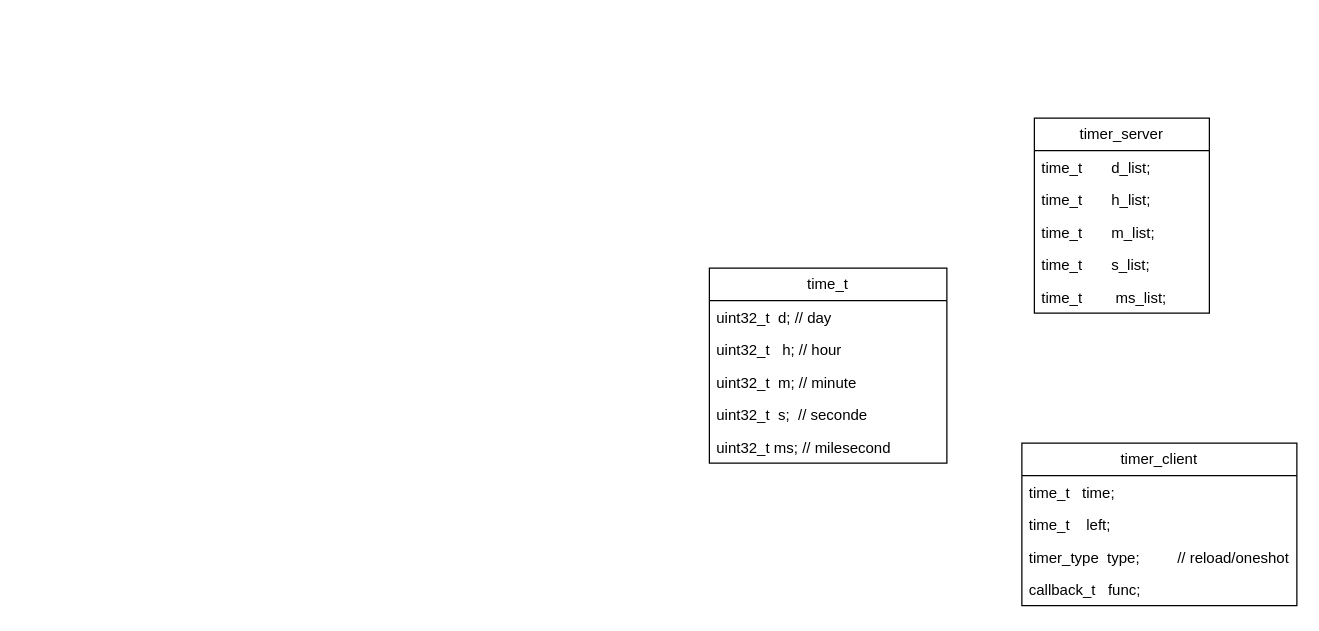
Above: timer_arch.drawio in singledo/drawio-repo (draw.io), before the change. Source tidied: cells renumbered, new cells numbered last; positions are measured from the earlier drawing's top-left corner, leaving out a move shared by most shapes. Both pictures are drawn from the tidied source at 125%, with x=0, y=0 at pixel (709, 118).
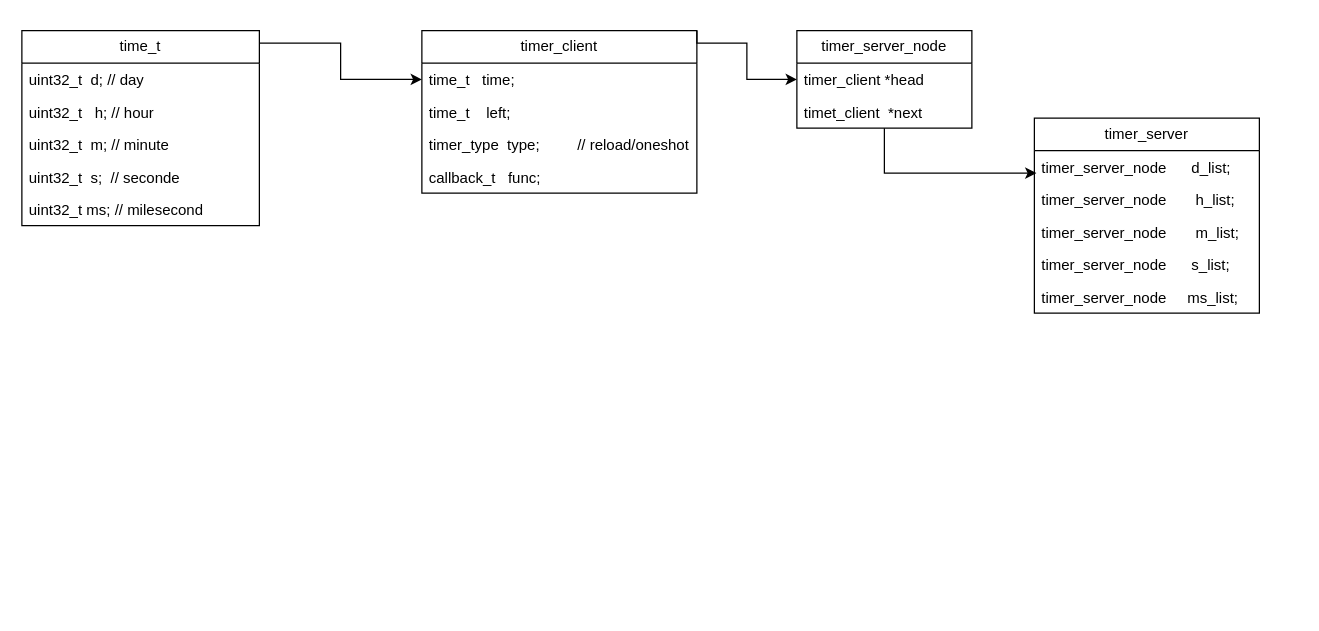
The same page after the edit.

The change refers to these unchanged cells:
```xml
<mxCell id="15" value="time_t&amp;nbsp; &amp;nbsp;time;" style="text;strokeColor=none;fillColor=none;align=left;verticalAlign=top;spacingLeft=4;spacingRight=4;overflow=hidden;points=[[0,0.5],[1,0.5]];portConstraint=eastwest;whiteSpace=wrap;html=1;" parent="14" vertex="1">
  <mxGeometry y="26" width="220" height="26" as="geometry" />
</mxCell>
```

The edit, as a diff of the source:
```diff
@@
+    <mxCell id="19" style="edgeStyle=orthogonalEdgeStyle;rounded=0;jettySize=auto;html=1;entryX=0;entryY=0.5;entryDx=0;entryDy=0;" parent="1" edge="1" source="2" target="15">
+      <mxGeometry relative="1" as="geometry">
+        <Array as="points">
+          <mxPoint x="-295" y="-60" />
+          <mxPoint x="-295" y="-31" />
+        </Array>
+      </mxGeometry>
+    </mxCell>
     <mxCell id="2" value="time_t" style="swimlane;fontStyle=0;horizontal=1;startSize=26;fillColor=none;whiteSpace=wrap;html=1;" parent="1" vertex="1">
-      <mxGeometry y="120" width="190" height="156" as="geometry" />
+      <mxGeometry x="-550" y="-70" width="190" height="156" as="geometry" />
     </mxCell>
@@
     <mxCell id="8" value="timer_server" style="swimlane;fontStyle=0;horizontal=1;startSize=26;fillColor=none;whiteSpace=wrap;html=1;" parent="1" vertex="1">
-      <mxGeometry x="260" width="140" height="156" as="geometry" />
+      <mxGeometry x="260" width="180" height="156" as="geometry" />
     </mxCell>
-    <mxCell id="9" value="time_t&amp;nbsp; &amp;nbsp; &amp;nbsp; &amp;nbsp;d_list;" style="text;strokeColor=none;fillColor=none;align=left;verticalAlign=top;spacingLeft=4;spacingRight=4;overflow=hidden;points=[[0,0.5],[1,0.5]];portConstraint=eastwest;whiteSpace=wrap;html=1;" parent="8" vertex="1">
-      <mxGeometry y="26" width="140" height="26" as="geometry" />
+    <mxCell id="9" value="&lt;span style=&quot;text-align: center;&quot;&gt;timer_server_node&lt;/span&gt;&amp;nbsp; &amp;nbsp; &amp;nbsp; d_list;" style="text;strokeColor=none;fillColor=none;align=left;verticalAlign=top;spacingLeft=4;spacingRight=4;overflow=hidden;points=[[0,0.5],[1,0.5]];portConstraint=eastwest;whiteSpace=wrap;html=1;" parent="8" vertex="1">
+      <mxGeometry y="26" width="180" height="26" as="geometry" />
     </mxCell>
-    <mxCell id="10" value="time_t&amp;nbsp; &amp;nbsp; &amp;nbsp; &amp;nbsp;h_list;" style="text;strokeColor=none;fillColor=none;align=left;verticalAlign=top;spacingLeft=4;spacingRight=4;overflow=hidden;whiteSpace=wrap;html=1;" parent="8" vertex="1">
-      <mxGeometry y="52" width="140" height="26" as="geometry" />
+    <mxCell id="10" value="&lt;span style=&quot;text-align: center;&quot;&gt;timer_server_node&lt;/span&gt;&amp;nbsp; &amp;nbsp; &amp;nbsp; &amp;nbsp;h_list;" style="text;strokeColor=none;fillColor=none;align=left;verticalAlign=top;spacingLeft=4;spacingRight=4;overflow=hidden;whiteSpace=wrap;html=1;" parent="8" vertex="1">
+      <mxGeometry y="52" width="180" height="26" as="geometry" />
     </mxCell>
-    <mxCell id="11" value="time_t&amp;nbsp; &amp;nbsp; &amp;nbsp; &amp;nbsp;m_list;" style="text;strokeColor=none;fillColor=none;align=left;verticalAlign=top;spacingLeft=4;spacingRight=4;overflow=hidden;whiteSpace=wrap;html=1;" parent="8" vertex="1">
-      <mxGeometry y="78" width="140" height="26" as="geometry" />
+    <mxCell id="11" value="&lt;span style=&quot;text-align: center;&quot;&gt;timer_server_node&lt;/span&gt;&amp;nbsp; &amp;nbsp; &amp;nbsp; &amp;nbsp;m_list;" style="text;strokeColor=none;fillColor=none;align=left;verticalAlign=top;spacingLeft=4;spacingRight=4;overflow=hidden;whiteSpace=wrap;html=1;" parent="8" vertex="1">
+      <mxGeometry y="78" width="180" height="26" as="geometry" />
     </mxCell>
-    <mxCell id="12" value="time_t&amp;nbsp; &amp;nbsp; &amp;nbsp; &amp;nbsp;s_list;" style="text;strokeColor=none;fillColor=none;align=left;verticalAlign=top;spacingLeft=4;spacingRight=4;overflow=hidden;whiteSpace=wrap;html=1;" parent="8" vertex="1">
-      <mxGeometry y="104" width="140" height="26" as="geometry" />
+    <mxCell id="12" value="&lt;span style=&quot;text-align: center;&quot;&gt;timer_server_node&lt;/span&gt;&amp;nbsp; &amp;nbsp; &amp;nbsp; s_list;" style="text;strokeColor=none;fillColor=none;align=left;verticalAlign=top;spacingLeft=4;spacingRight=4;overflow=hidden;whiteSpace=wrap;html=1;" parent="8" vertex="1">
+      <mxGeometry y="104" width="180" height="26" as="geometry" />
     </mxCell>
-    <mxCell id="13" value="time_t&amp;nbsp; &amp;nbsp; &amp;nbsp; &amp;nbsp; ms_list;" style="text;strokeColor=none;fillColor=none;align=left;verticalAlign=top;spacingLeft=4;spacingRight=4;overflow=hidden;whiteSpace=wrap;html=1;" parent="8" vertex="1">
-      <mxGeometry y="130" width="140" height="26" as="geometry" />
+    <mxCell id="13" value="&lt;span style=&quot;text-align: center;&quot;&gt;timer_server_node&lt;/span&gt;&amp;nbsp; &amp;nbsp; &amp;nbsp;ms_list;" style="text;strokeColor=none;fillColor=none;align=left;verticalAlign=top;spacingLeft=4;spacingRight=4;overflow=hidden;whiteSpace=wrap;html=1;" parent="8" vertex="1">
+      <mxGeometry y="130" width="180" height="26" as="geometry" />
     </mxCell>
+    <mxCell id="20" style="edgeStyle=orthogonalEdgeStyle;rounded=0;jettySize=auto;html=1;exitX=1;exitY=0;exitDx=0;exitDy=0;entryX=0;entryY=0.5;entryDx=0;entryDy=0;" parent="1" edge="1" source="14" target="22">
+      <mxGeometry relative="1" as="geometry">
+        <Array as="points">
+          <mxPoint x="-10" y="-60" />
+          <mxPoint x="30" y="-60" />
+          <mxPoint x="30" y="-31" />
+        </Array>
+      </mxGeometry>
+    </mxCell>
     <mxCell id="14" value="timer_client" style="swimlane;fontStyle=0;horizontal=1;startSize=26;fillColor=none;whiteSpace=wrap;html=1;" parent="1" vertex="1">
-      <mxGeometry x="250" y="260" width="220" height="130" as="geometry" />
+      <mxGeometry x="-230" y="-70" width="220" height="130" as="geometry" />
     </mxCell>
@@
+    <mxCell id="21" value="timer_server_node" style="swimlane;fontStyle=0;horizontal=1;startSize=26;fillColor=none;whiteSpace=wrap;html=1;" parent="1" vertex="1">
+      <mxGeometry x="70" y="-70" width="140" height="78" as="geometry" />
+    </mxCell>
+    <mxCell id="22" value="timer_client *head" style="text;strokeColor=none;fillColor=none;align=left;verticalAlign=top;spacingLeft=4;spacingRight=4;overflow=hidden;points=[[0,0.5],[1,0.5]];portConstraint=eastwest;whiteSpace=wrap;html=1;" parent="21" vertex="1">
+      <mxGeometry y="26" width="140" height="26" as="geometry" />
+    </mxCell>
+    <mxCell id="23" value="timet_client&amp;nbsp; *next" style="text;strokeColor=none;fillColor=none;align=left;verticalAlign=top;spacingLeft=4;spacingRight=4;overflow=hidden;whiteSpace=wrap;html=1;" parent="21" vertex="1">
+      <mxGeometry y="52" width="140" height="26" as="geometry" />
+    </mxCell>
+    <mxCell id="24" style="edgeStyle=orthogonalEdgeStyle;rounded=0;jettySize=auto;html=1;entryX=0.009;entryY=0.692;entryDx=0;entryDy=0;entryPerimeter=0;" parent="1" edge="1" source="21" target="9">
+      <mxGeometry relative="1" as="geometry" />
+    </mxCell>
```
